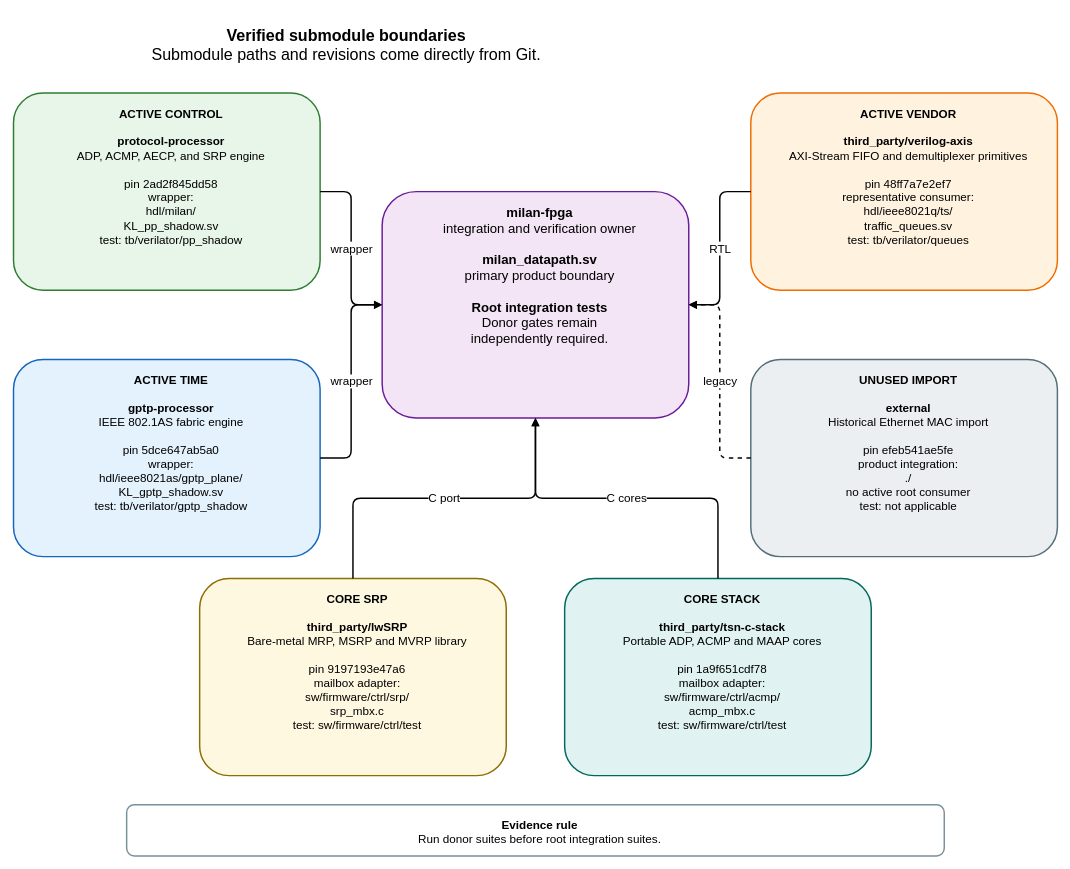
The draw.io diagram docs/diagrams/submodule_boundaries.drawio in kebag-logic/milan-fpga, before the edit. Source tidied: cells renumbered, new cells numbered last; positions are measured from the earlier drawing's top-left corner, leaving out a move shared by most shapes. Both pictures are drawn from the tidied source at 73%, with x=0, y=0 at pixel (13, 12).
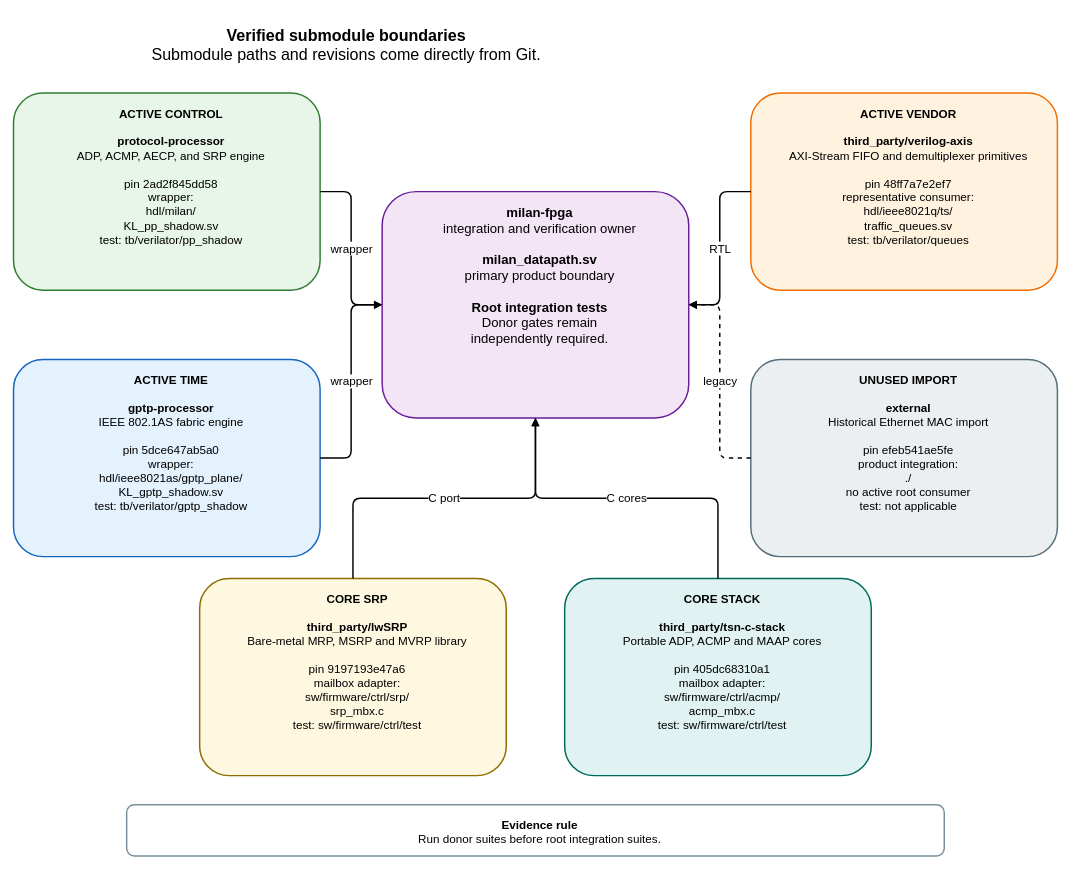
After the change.

Commit message (it also covers changes not shown here):
Move the tsn-c-stack pin to 405dc683, the round-12 pin with F-INT's ACMP publish port, and point the docs and the submodule diagram at it

What changed in the source:
```diff
@@
 <mxGraphModel>
   <root>
     <mxCell id="0" />
     <mxCell id="1" parent="0" />
     <mxCell id="2" value="&lt;b&gt;Verified submodule boundaries&lt;/b&gt;&lt;br&gt;Submodule paths and revisions come directly from Git." style="rounded=1;whiteSpace=wrap;html=1;verticalAlign=top;spacingTop=12;spacingLeft=12;fontSize=22;fontFamily=Helvetica;fillColor=none;strokeColor=none;strokeWidth=2;" parent="1" vertex="1">
       <mxGeometry width="900" height="65" as="geometry" />
     </mxCell>
     <mxCell id="3" value="&lt;b&gt;milan-fpga&lt;/b&gt;&lt;br&gt;integration and verification owner&lt;br&gt;&lt;br&gt;&lt;b&gt;milan_datapath.sv&lt;/b&gt;&lt;br&gt;primary product boundary&lt;br&gt;&lt;br&gt;&lt;b&gt;Root integration tests&lt;/b&gt;&lt;br&gt;Donor gates remain&lt;br&gt;independently required." style="rounded=1;whiteSpace=wrap;html=1;verticalAlign=top;spacingTop=12;spacingLeft=12;fontSize=18;fontFamily=Helvetica;fillColor=#F3E5F5;strokeColor=#6A1B9A;strokeWidth=2;" parent="1" vertex="1">
       <mxGeometry x="505" y="245" width="420" height="310" as="geometry" />
     </mxCell>
     <mxCell id="4" value="&lt;b&gt;ACTIVE CONTROL&lt;/b&gt;&lt;br&gt;&lt;br&gt;&lt;b&gt;protocol-processor&lt;/b&gt;&lt;br&gt;ADP, ACMP, AECP, and SRP engine&lt;br&gt;&lt;br&gt;pin 2ad2f845dd58&lt;br&gt;wrapper:&lt;br&gt;hdl/milan/&lt;br&gt;KL_pp_shadow.sv&lt;br&gt;test: tb/verilator/pp_shadow" style="rounded=1;whiteSpace=wrap;html=1;verticalAlign=top;spacingTop=12;spacingLeft=12;fontSize=16;fontFamily=Helvetica;fillColor=#E8F5E9;strokeColor=#2E7D32;strokeWidth=2;" parent="1" vertex="1">
       <mxGeometry y="110" width="420" height="270" as="geometry" />
     </mxCell>
     <mxCell id="5" value="&lt;b&gt;ACTIVE TIME&lt;/b&gt;&lt;br&gt;&lt;br&gt;&lt;b&gt;gptp-processor&lt;/b&gt;&lt;br&gt;IEEE 802.1AS fabric engine&lt;br&gt;&lt;br&gt;pin 5dce647ab5a0&lt;br&gt;wrapper:&lt;br&gt;hdl/ieee8021as/gptp_plane/&lt;br&gt;KL_gptp_shadow.sv&lt;br&gt;test: tb/verilator/gptp_shadow" style="rounded=1;whiteSpace=wrap;html=1;verticalAlign=top;spacingTop=12;spacingLeft=12;fontSize=16;fontFamily=Helvetica;fillColor=#E3F2FD;strokeColor=#1565C0;strokeWidth=2;" parent="1" vertex="1">
       <mxGeometry y="475" width="420" height="270" as="geometry" />
     </mxCell>
     <mxCell id="6" value="&lt;b&gt;ACTIVE VENDOR&lt;/b&gt;&lt;br&gt;&lt;br&gt;&lt;b&gt;third_party/verilog-axis&lt;/b&gt;&lt;br&gt;AXI-Stream FIFO and demultiplexer primitives&lt;br&gt;&lt;br&gt;pin 48ff7a7e2ef7&lt;br&gt;representative consumer:&lt;br&gt;hdl/ieee8021q/ts/&lt;br&gt;traffic_queues.sv&lt;br&gt;test: tb/verilator/queues" style="rounded=1;whiteSpace=wrap;html=1;verticalAlign=top;spacingTop=12;spacingLeft=12;fontSize=16;fontFamily=Helvetica;fillColor=#FFF3E0;strokeColor=#EF6C00;strokeWidth=2;" parent="1" vertex="1">
       <mxGeometry x="1010" y="110" width="420" height="270" as="geometry" />
     </mxCell>
     <mxCell id="7" value="&lt;b&gt;UNUSED IMPORT&lt;/b&gt;&lt;br&gt;&lt;br&gt;&lt;b&gt;external&lt;/b&gt;&lt;br&gt;Historical Ethernet MAC import&lt;br&gt;&lt;br&gt;pin efeb541ae5fe&lt;br&gt;product integration:&lt;br&gt;./&lt;br&gt;no active root consumer&lt;br&gt;test: not applicable" style="rounded=1;whiteSpace=wrap;html=1;verticalAlign=top;spacingTop=12;spacingLeft=12;fontSize=16;fontFamily=Helvetica;fillColor=#ECEFF1;strokeColor=#546E7A;strokeWidth=2;" parent="1" vertex="1">
       <mxGeometry x="1010" y="475" width="420" height="270" as="geometry" />
     </mxCell>
     <mxCell id="8" value="&lt;b&gt;CORE SRP&lt;/b&gt;&lt;br&gt;&lt;br&gt;&lt;b&gt;third_party/lwSRP&lt;/b&gt;&lt;br&gt;Bare-metal MRP, MSRP and MVRP library&lt;br&gt;&lt;br&gt;pin 9197193e47a6&lt;br&gt;mailbox adapter:&lt;br&gt;sw/firmware/ctrl/srp/&lt;br&gt;srp_mbx.c&lt;br&gt;test: sw/firmware/ctrl/test" style="rounded=1;whiteSpace=wrap;html=1;verticalAlign=top;spacingTop=12;spacingLeft=12;fontSize=16;fontFamily=Helvetica;fillColor=#FFF8E1;strokeColor=#8D6E00;strokeWidth=2;" parent="1" vertex="1">
       <mxGeometry x="255" y="775" width="420" height="270" as="geometry" />
     </mxCell>
-    <mxCell id="9" value="&lt;b&gt;CORE STACK&lt;/b&gt;&lt;br&gt;&lt;br&gt;&lt;b&gt;third_party/tsn-c-stack&lt;/b&gt;&lt;br&gt;Portable ADP, ACMP and MAAP cores&lt;br&gt;&lt;br&gt;pin 1a9f651cdf78&lt;br&gt;mailbox adapter:&lt;br&gt;sw/firmware/ctrl/acmp/&lt;br&gt;acmp_mbx.c&lt;br&gt;test: sw/firmware/ctrl/test" style="rounded=1;whiteSpace=wrap;html=1;verticalAlign=top;spacingTop=12;spacingLeft=12;fontSize=16;fontFamily=Helvetica;fillColor=#E0F2F1;strokeColor=#00695C;strokeWidth=2;" parent="1" vertex="1">
+    <mxCell id="9" value="&lt;b&gt;CORE STACK&lt;/b&gt;&lt;br&gt;&lt;br&gt;&lt;b&gt;third_party/tsn-c-stack&lt;/b&gt;&lt;br&gt;Portable ADP, ACMP and MAAP cores&lt;br&gt;&lt;br&gt;pin 405dc68310a1&lt;br&gt;mailbox adapter:&lt;br&gt;sw/firmware/ctrl/acmp/&lt;br&gt;acmp_mbx.c&lt;br&gt;test: sw/firmware/ctrl/test" style="rounded=1;whiteSpace=wrap;html=1;verticalAlign=top;spacingTop=12;spacingLeft=12;fontSize=16;fontFamily=Helvetica;fillColor=#E0F2F1;strokeColor=#00695C;strokeWidth=2;" parent="1" vertex="1">
       <mxGeometry x="755" y="775" width="420" height="270" as="geometry" />
     </mxCell>
     <mxCell id="10" value="wrapper" style="edgeStyle=orthogonalEdgeStyle;rounded=1;jettySize=auto;html=1;endArrow=block;endFill=1;strokeWidth=2;fontSize=16;fontFamily=Helvetica;labelBackgroundColor=#FFFFFF;" parent="1" edge="1" source="4" target="3">
       <mxGeometry relative="1" as="geometry" />
     </mxCell>
     <mxCell id="11" value="wrapper" style="edgeStyle=orthogonalEdgeStyle;rounded=1;jettySize=auto;html=1;endArrow=block;endFill=1;strokeWidth=2;fontSize=16;fontFamily=Helvetica;labelBackgroundColor=#FFFFFF;" parent="1" edge="1" source="5" target="3">
       <mxGeometry relative="1" as="geometry" />
     </mxCell>
     <mxCell id="12" value="RTL" style="edgeStyle=orthogonalEdgeStyle;rounded=1;jettySize=auto;html=1;endArrow=block;endFill=1;strokeWidth=2;fontSize=16;fontFamily=Helvetica;labelBackgroundColor=#FFFFFF;" parent="1" edge="1" source="6" target="3">
       <mxGeometry relative="1" as="geometry" />
     </mxCell>
     <mxCell id="13" value="legacy" style="edgeStyle=orthogonalEdgeStyle;rounded=1;jettySize=auto;html=1;endArrow=block;endFill=1;strokeWidth=2;fontSize=16;fontFamily=Helvetica;labelBackgroundColor=#FFFFFF;dashed=1;" parent="1" edge="1" source="7" target="3">
       <mxGeometry relative="1" as="geometry" />
     </mxCell>
     <mxCell id="14" value="C port" style="edgeStyle=orthogonalEdgeStyle;rounded=1;jettySize=auto;html=1;endArrow=block;endFill=1;strokeWidth=2;fontSize=16;fontFamily=Helvetica;labelBackgroundColor=#FFFFFF;" parent="1" edge="1" source="8" target="3">
       <mxGeometry relative="1" as="geometry" />
     </mxCell>
     <mxCell id="15" value="C cores" style="edgeStyle=orthogonalEdgeStyle;rounded=1;jettySize=auto;html=1;endArrow=block;endFill=1;strokeWidth=2;fontSize=16;fontFamily=Helvetica;labelBackgroundColor=#FFFFFF;" parent="1" edge="1" source="9" target="3">
       <mxGeometry relative="1" as="geometry" />
     </mxCell>
     <mxCell id="16" value="&lt;b&gt;Evidence rule&lt;/b&gt;&lt;br&gt;Run donor suites before root integration suites." style="rounded=1;whiteSpace=wrap;html=1;verticalAlign=top;spacingTop=12;spacingLeft=12;fontSize=16;fontFamily=Helvetica;fillColor=#FFFFFF;strokeColor=#78909C;strokeWidth=2;" parent="1" vertex="1">
       <mxGeometry x="155" y="1085" width="1120" height="70" as="geometry" />
     </mxCell>
   </root>
 </mxGraphModel>
```
